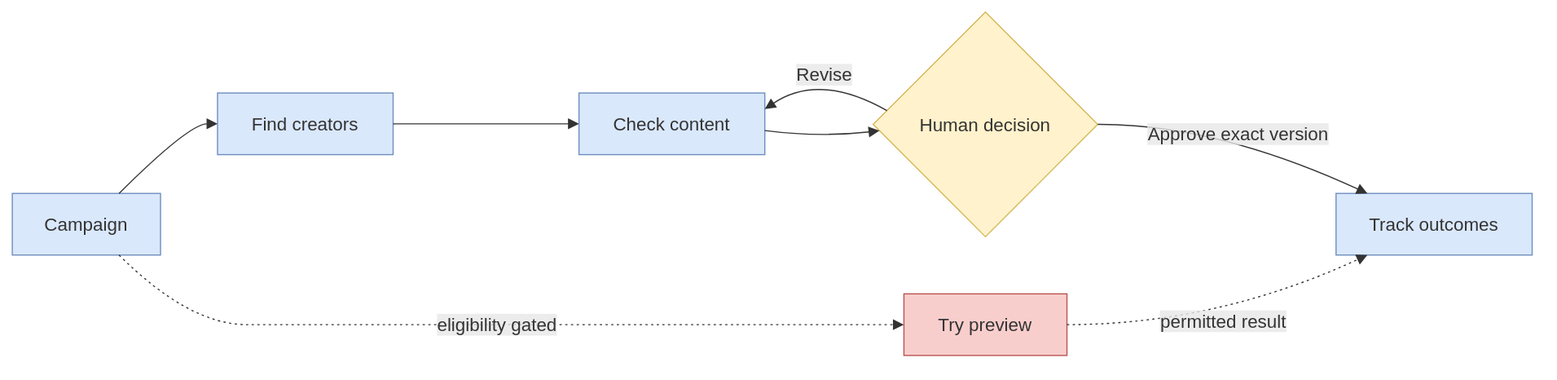
Earlier version of the draw.io export docs/diagrams/01-product-loop.drawio.svg (Alivestars24/Vouch). Source tidied: cells renumbered, new cells last; positions are measured from the earlier drawing's top-left corner, leaving out a move shared by most shapes. Source of this version:
```xml
<mxGraphModel>
  <root>
    <mxCell id="0" />
    <mxCell id="1" parent="0" />
    <mxCell id="2" value="Campaign" style="html=1;whiteSpace=wrap;strokeWidth=1;fillColor=#dae8fc;strokeColor=#6c8ebf;fontColor=light-dark(#333333,#cccccc);fontFamily=Trebuchet MS,Verdana,Arial,sans-serif;fontSize=16;" parent="1" vertex="1">
      <mxGeometry y="159" width="130" height="54" as="geometry" />
    </mxCell>
    <mxCell id="3" value="Find creators" style="html=1;whiteSpace=wrap;strokeWidth=1;fillColor=#dae8fc;strokeColor=#6c8ebf;fontColor=light-dark(#333333,#cccccc);fontFamily=Trebuchet MS,Verdana,Arial,sans-serif;fontSize=16;" parent="1" vertex="1">
      <mxGeometry x="180" y="71" width="154" height="54" as="geometry" />
    </mxCell>
    <mxCell id="4" value="Check content" style="html=1;whiteSpace=wrap;strokeWidth=1;fillColor=#dae8fc;strokeColor=#6c8ebf;fontColor=light-dark(#333333,#cccccc);fontFamily=Trebuchet MS,Verdana,Arial,sans-serif;fontSize=16;" parent="1" vertex="1">
      <mxGeometry x="497" y="71" width="163" height="54" as="geometry" />
    </mxCell>
    <mxCell id="5" value="Human decision" style="rhombus;html=1;strokeWidth=1;whiteSpace=wrap;fillColor=#fff2cc;strokeColor=#d6b656;fontColor=light-dark(#333333,#cccccc);fontFamily=Trebuchet MS,Verdana,Arial,sans-serif;fontSize=16;" parent="1" vertex="1">
      <mxGeometry x="755" width="197" height="197" as="geometry" />
    </mxCell>
    <mxCell id="6" value="Track outcomes" style="html=1;whiteSpace=wrap;strokeWidth=1;fillColor=#dae8fc;strokeColor=#6c8ebf;fontColor=light-dark(#333333,#cccccc);fontFamily=Trebuchet MS,Verdana,Arial,sans-serif;fontSize=16;" parent="1" vertex="1">
      <mxGeometry x="1161" y="159" width="172" height="54" as="geometry" />
    </mxCell>
    <mxCell id="7" value="Try preview" style="html=1;whiteSpace=wrap;strokeWidth=1;fillColor=#f8cecc;strokeColor=#b85450;fontColor=light-dark(#333333,#cccccc);fontFamily=Trebuchet MS,Verdana,Arial,sans-serif;fontSize=16;" parent="1" vertex="1">
      <mxGeometry x="782" y="247" width="143" height="54" as="geometry" />
    </mxCell>
    <mxCell id="8" style="curved=1;startArrow=none;endArrow=block;endSize=7;strokeColor=light-dark(#333333,#cccccc);exitX=0.72;exitY=0;entryX=0;entryY=0.5;" parent="1" edge="1" source="2" target="3">
      <mxGeometry relative="1" as="geometry">
        <Array as="points">
          <mxPoint x="155" y="98" />
        </Array>
      </mxGeometry>
    </mxCell>
    <mxCell id="9" style="curved=1;startArrow=none;endArrow=block;endSize=7;strokeColor=light-dark(#333333,#cccccc);exitX=1;exitY=0.5;entryX=0;entryY=0.5;" parent="1" edge="1" source="3" target="4">
      <mxGeometry relative="1" as="geometry" />
    </mxCell>
    <mxCell id="10" style="curved=1;startArrow=none;endArrow=block;endSize=7;strokeColor=light-dark(#333333,#cccccc);exitX=1;exitY=0.61;entryX=0;entryY=0.53;" parent="1" edge="1" source="4" target="5">
      <mxGeometry relative="1" as="geometry">
        <Array as="points">
          <mxPoint x="708" y="110" />
        </Array>
      </mxGeometry>
    </mxCell>
    <mxCell id="11" value="Revise" style="curved=1;startArrow=none;endArrow=block;endSize=7;strokeColor=light-dark(#333333,#cccccc);html=1;fontSize=16;labelBackgroundColor=light-dark(#E8E8E88D,#2a2a2a8D);fontFamily=Trebuchet MS,Verdana,Arial,sans-serif;fontColor=light-dark(#333333,#cccccc);exitX=0;exitY=0.43;entryX=1;entryY=0.26;" parent="1" edge="1" source="5" target="4">
      <mxGeometry relative="1" as="geometry">
        <Array as="points">
          <mxPoint x="708" y="53" />
        </Array>
      </mxGeometry>
    </mxCell>
    <mxCell id="12" value="Approve exact version" style="curved=1;startArrow=none;endArrow=block;endSize=7;strokeColor=light-dark(#333333,#cccccc);html=1;fontSize=16;labelBackgroundColor=light-dark(#E8E8E88D,#2a2a2a8D);fontFamily=Trebuchet MS,Verdana,Arial,sans-serif;fontColor=light-dark(#333333,#cccccc);exitX=1;exitY=0.5;entryX=0.16;entryY=0;" parent="1" edge="1" source="5" target="6">
      <mxGeometry relative="1" as="geometry">
        <Array as="points">
          <mxPoint x="1056" y="98" />
        </Array>
      </mxGeometry>
    </mxCell>
    <mxCell id="13" value="eligibility gated" style="curved=1;dashed=1;dashPattern=2 3;fixDash=1;startArrow=none;endArrow=block;endSize=7;strokeColor=light-dark(#333333,#cccccc);html=1;fontSize=16;labelBackgroundColor=light-dark(#E8E8E88D,#2a2a2a8D);fontFamily=Trebuchet MS,Verdana,Arial,sans-serif;fontColor=light-dark(#333333,#cccccc);exitX=0.72;exitY=1;entryX=0;entryY=0.5;" parent="1" edge="1" source="2" target="7">
      <mxGeometry relative="1" as="geometry">
        <Array as="points">
          <mxPoint x="155" y="274" />
          <mxPoint x="257" y="274" />
          <mxPoint x="416" y="274" />
          <mxPoint x="579" y="274" />
          <mxPoint x="708" y="274" />
        </Array>
      </mxGeometry>
    </mxCell>
    <mxCell id="14" value="permitted result" style="curved=1;dashed=1;dashPattern=2 3;fixDash=1;startArrow=none;endArrow=block;endSize=7;strokeColor=light-dark(#333333,#cccccc);html=1;fontSize=16;labelBackgroundColor=light-dark(#E8E8E88D,#2a2a2a8D);fontFamily=Trebuchet MS,Verdana,Arial,sans-serif;fontColor=light-dark(#333333,#cccccc);exitX=1;exitY=0.5;entryX=0.16;entryY=1;" parent="1" edge="1" source="7" target="6">
      <mxGeometry relative="1" as="geometry">
        <Array as="points">
          <mxPoint x="1056" y="274" />
        </Array>
      </mxGeometry>
    </mxCell>
  </root>
</mxGraphModel>
```
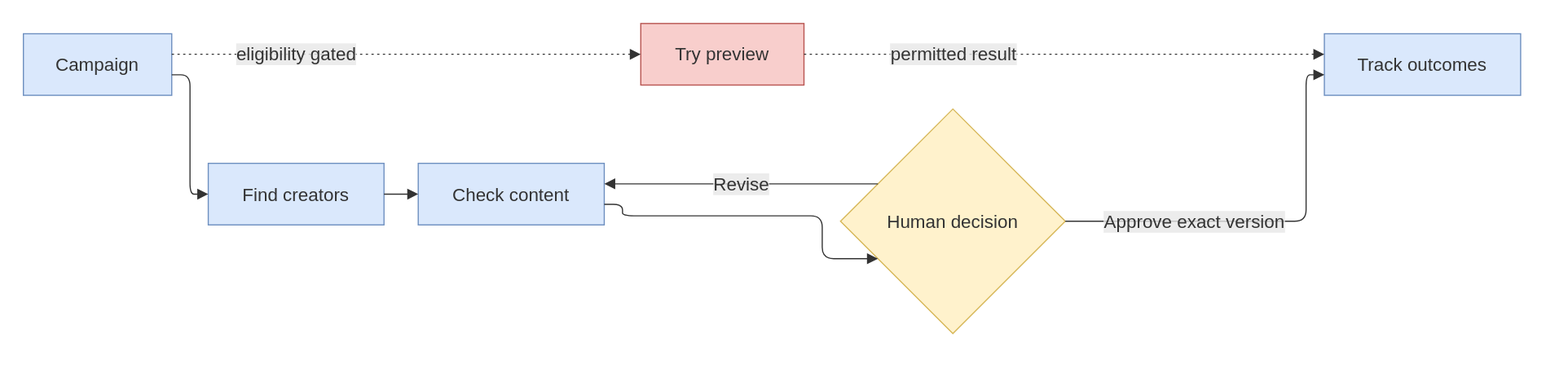
Later version of the same file.

Change to the diagram source:
```diff
@@ -3,70 +3,78 @@
     <mxCell id="0" />
     <mxCell id="1" parent="0" />
     <mxCell id="2" value="Campaign" style="html=1;whiteSpace=wrap;strokeWidth=1;fillColor=#dae8fc;strokeColor=#6c8ebf;fontColor=light-dark(#333333,#cccccc);fontFamily=Trebuchet MS,Verdana,Arial,sans-serif;fontSize=16;" parent="1" vertex="1">
-      <mxGeometry y="159" width="130" height="54" as="geometry" />
+      <mxGeometry x="4" y="13" width="130" height="54" as="geometry" />
     </mxCell>
     <mxCell id="3" value="Find creators" style="html=1;whiteSpace=wrap;strokeWidth=1;fillColor=#dae8fc;strokeColor=#6c8ebf;fontColor=light-dark(#333333,#cccccc);fontFamily=Trebuchet MS,Verdana,Arial,sans-serif;fontSize=16;" parent="1" vertex="1">
-      <mxGeometry x="180" y="71" width="154" height="54" as="geometry" />
+      <mxGeometry x="166" y="126.7" width="154" height="54" as="geometry" />
     </mxCell>
     <mxCell id="4" value="Check content" style="html=1;whiteSpace=wrap;strokeWidth=1;fillColor=#dae8fc;strokeColor=#6c8ebf;fontColor=light-dark(#333333,#cccccc);fontFamily=Trebuchet MS,Verdana,Arial,sans-serif;fontSize=16;" parent="1" vertex="1">
-      <mxGeometry x="497" y="71" width="163" height="54" as="geometry" />
+      <mxGeometry x="350" y="126.7" width="163" height="54" as="geometry" />
     </mxCell>
     <mxCell id="5" value="Human decision" style="rhombus;html=1;strokeWidth=1;whiteSpace=wrap;fillColor=#fff2cc;strokeColor=#d6b656;fontColor=light-dark(#333333,#cccccc);fontFamily=Trebuchet MS,Verdana,Arial,sans-serif;fontSize=16;" parent="1" vertex="1">
-      <mxGeometry x="755" width="197" height="197" as="geometry" />
+      <mxGeometry x="720" y="79" width="197" height="197" as="geometry" />
     </mxCell>
     <mxCell id="6" value="Track outcomes" style="html=1;whiteSpace=wrap;strokeWidth=1;fillColor=#dae8fc;strokeColor=#6c8ebf;fontColor=light-dark(#333333,#cccccc);fontFamily=Trebuchet MS,Verdana,Arial,sans-serif;fontSize=16;" parent="1" vertex="1">
-      <mxGeometry x="1161" y="159" width="172" height="54" as="geometry" />
+      <mxGeometry x="1144" y="13" width="172" height="54" as="geometry" />
     </mxCell>
     <mxCell id="7" value="Try preview" style="html=1;whiteSpace=wrap;strokeWidth=1;fillColor=#f8cecc;strokeColor=#b85450;fontColor=light-dark(#333333,#cccccc);fontFamily=Trebuchet MS,Verdana,Arial,sans-serif;fontSize=16;" parent="1" vertex="1">
-      <mxGeometry x="782" y="247" width="143" height="54" as="geometry" />
+      <mxGeometry x="545" y="4" width="143" height="54" as="geometry" />
     </mxCell>
-    <mxCell id="8" style="curved=1;startArrow=none;endArrow=block;endSize=7;strokeColor=light-dark(#333333,#cccccc);exitX=0.72;exitY=0;entryX=0;entryY=0.5;" parent="1" edge="1" source="2" target="3">
+    <mxCell id="8" style="curved=0;startArrow=none;endArrow=block;endSize=7;strokeColor=light-dark(#333333,#cccccc);edgeStyle=orthogonalEdgeStyle;rounded=1;exitX=1;exitY=0.6667;entryX=0;entryY=0.5;" parent="1" edge="1" source="2" target="3">
       <mxGeometry relative="1" as="geometry">
         <Array as="points">
-          <mxPoint x="155" y="98" />
+          <mxPoint x="150" y="49" />
+          <mxPoint x="150" y="153.7" />
         </Array>
       </mxGeometry>
     </mxCell>
-    <mxCell id="9" style="curved=1;startArrow=none;endArrow=block;endSize=7;strokeColor=light-dark(#333333,#cccccc);exitX=1;exitY=0.5;entryX=0;entryY=0.5;" parent="1" edge="1" source="3" target="4">
-      <mxGeometry relative="1" as="geometry" />
+    <mxCell id="9" style="curved=0;startArrow=none;endArrow=block;endSize=7;strokeColor=light-dark(#333333,#cccccc);edgeStyle=orthogonalEdgeStyle;rounded=1;exitX=1;exitY=0.5;entryX=0;entryY=0.5;" parent="1" edge="1" source="3" target="4">
+      <mxGeometry relative="1" as="geometry">
+        <Array as="points">
+          <mxPoint x="335" y="153.7" />
+        </Array>
+      </mxGeometry>
     </mxCell>
-    <mxCell id="10" style="curved=1;startArrow=none;endArrow=block;endSize=7;strokeColor=light-dark(#333333,#cccccc);exitX=1;exitY=0.61;entryX=0;entryY=0.53;" parent="1" edge="1" source="4" target="5">
+    <mxCell id="10" style="curved=0;startArrow=none;endArrow=block;endSize=7;strokeColor=light-dark(#333333,#cccccc);edgeStyle=orthogonalEdgeStyle;rounded=1;exitX=1;exitY=0.6667;entryX=0.1666;entryY=0.6666;" parent="1" edge="1" source="4" target="5">
       <mxGeometry relative="1" as="geometry">
         <Array as="points">
-          <mxPoint x="708" y="110" />
+          <mxPoint x="529" y="162.7" />
+          <mxPoint x="529" y="172.7" />
+          <mxPoint x="704" y="172.7" />
+          <mxPoint x="704" y="210.3" />
         </Array>
       </mxGeometry>
     </mxCell>
-    <mxCell id="11" value="Revise" style="curved=1;startArrow=none;endArrow=block;endSize=7;strokeColor=light-dark(#333333,#cccccc);html=1;fontSize=16;labelBackgroundColor=light-dark(#E8E8E88D,#2a2a2a8D);fontFamily=Trebuchet MS,Verdana,Arial,sans-serif;fontColor=light-dark(#333333,#cccccc);exitX=0;exitY=0.43;entryX=1;entryY=0.26;" parent="1" edge="1" source="5" target="4">
+    <mxCell id="11" value="Revise" style="curved=0;startArrow=none;endArrow=block;endSize=7;strokeColor=light-dark(#333333,#cccccc);html=1;fontSize=16;labelBackgroundColor=light-dark(#E8E8E88D,#2a2a2a8D);fontFamily=Trebuchet MS,Verdana,Arial,sans-serif;fontColor=light-dark(#333333,#cccccc);edgeStyle=orthogonalEdgeStyle;rounded=1;exitX=0.1666;exitY=0.3334;entryX=1;entryY=0.3333;" parent="1" edge="1" source="5" target="4">
       <mxGeometry relative="1" as="geometry">
         <Array as="points">
-          <mxPoint x="708" y="53" />
+          <mxPoint x="616.5" y="144.7" />
         </Array>
       </mxGeometry>
     </mxCell>
-    <mxCell id="12" value="Approve exact version" style="curved=1;startArrow=none;endArrow=block;endSize=7;strokeColor=light-dark(#333333,#cccccc);html=1;fontSize=16;labelBackgroundColor=light-dark(#E8E8E88D,#2a2a2a8D);fontFamily=Trebuchet MS,Verdana,Arial,sans-serif;fontColor=light-dark(#333333,#cccccc);exitX=1;exitY=0.5;entryX=0.16;entryY=0;" parent="1" edge="1" source="5" target="6">
+    <mxCell id="12" value="Approve exact version" style="curved=0;startArrow=none;endArrow=block;endSize=7;strokeColor=light-dark(#333333,#cccccc);html=1;fontSize=16;labelBackgroundColor=light-dark(#E8E8E88D,#2a2a2a8D);fontFamily=Trebuchet MS,Verdana,Arial,sans-serif;fontColor=light-dark(#333333,#cccccc);edgeStyle=orthogonalEdgeStyle;rounded=1;exitX=1;exitY=0.5;entryX=0;entryY=0.6667;" parent="1" edge="1" source="5" target="6">
       <mxGeometry relative="1" as="geometry">
         <Array as="points">
-          <mxPoint x="1056" y="98" />
+          <mxPoint x="1128" y="177.5" />
+          <mxPoint x="1128" y="49" />
         </Array>
+        <mxPoint x="-65.2" as="offset" />
       </mxGeometry>
     </mxCell>
-    <mxCell id="13" value="eligibility gated" style="curved=1;dashed=1;dashPattern=2 3;fixDash=1;startArrow=none;endArrow=block;endSize=7;strokeColor=light-dark(#333333,#cccccc);html=1;fontSize=16;labelBackgroundColor=light-dark(#E8E8E88D,#2a2a2a8D);fontFamily=Trebuchet MS,Verdana,Arial,sans-serif;fontColor=light-dark(#333333,#cccccc);exitX=0.72;exitY=1;entryX=0;entryY=0.5;" parent="1" edge="1" source="2" target="7">
+    <mxCell id="13" value="eligibility gated" style="curved=0;dashed=1;dashPattern=2 3;fixDash=1;startArrow=none;endArrow=block;endSize=7;strokeColor=light-dark(#333333,#cccccc);html=1;fontSize=16;labelBackgroundColor=light-dark(#E8E8E88D,#2a2a2a8D);fontFamily=Trebuchet MS,Verdana,Arial,sans-serif;fontColor=light-dark(#333333,#cccccc);edgeStyle=orthogonalEdgeStyle;rounded=1;exitX=1;exitY=0.3333;entryX=0;entryY=0.5;" parent="1" edge="1" source="2" target="7">
       <mxGeometry relative="1" as="geometry">
         <Array as="points">
-          <mxPoint x="155" y="274" />
-          <mxPoint x="257" y="274" />
-          <mxPoint x="416" y="274" />
-          <mxPoint x="579" y="274" />
-          <mxPoint x="708" y="274" />
+          <mxPoint x="431.5" y="31" />
         </Array>
+        <mxPoint x="-96.5" as="offset" />
       </mxGeometry>
     </mxCell>
-    <mxCell id="14" value="permitted result" style="curved=1;dashed=1;dashPattern=2 3;fixDash=1;startArrow=none;endArrow=block;endSize=7;strokeColor=light-dark(#333333,#cccccc);html=1;fontSize=16;labelBackgroundColor=light-dark(#E8E8E88D,#2a2a2a8D);fontFamily=Trebuchet MS,Verdana,Arial,sans-serif;fontColor=light-dark(#333333,#cccccc);exitX=1;exitY=0.5;entryX=0.16;entryY=1;" parent="1" edge="1" source="7" target="6">
+    <mxCell id="14" value="permitted result" style="curved=0;dashed=1;dashPattern=2 3;fixDash=1;startArrow=none;endArrow=block;endSize=7;strokeColor=light-dark(#333333,#cccccc);html=1;fontSize=16;labelBackgroundColor=light-dark(#E8E8E88D,#2a2a2a8D);fontFamily=Trebuchet MS,Verdana,Arial,sans-serif;fontColor=light-dark(#333333,#cccccc);edgeStyle=orthogonalEdgeStyle;rounded=1;exitX=1;exitY=0.5;entryX=0;entryY=0.3333;" parent="1" edge="1" source="7" target="6">
       <mxGeometry relative="1" as="geometry">
         <Array as="points">
-          <mxPoint x="1056" y="274" />
+          <mxPoint x="1029.5" y="31" />
         </Array>
+        <mxPoint x="-97.5" as="offset" />
       </mxGeometry>
     </mxCell>
   </root>
```
